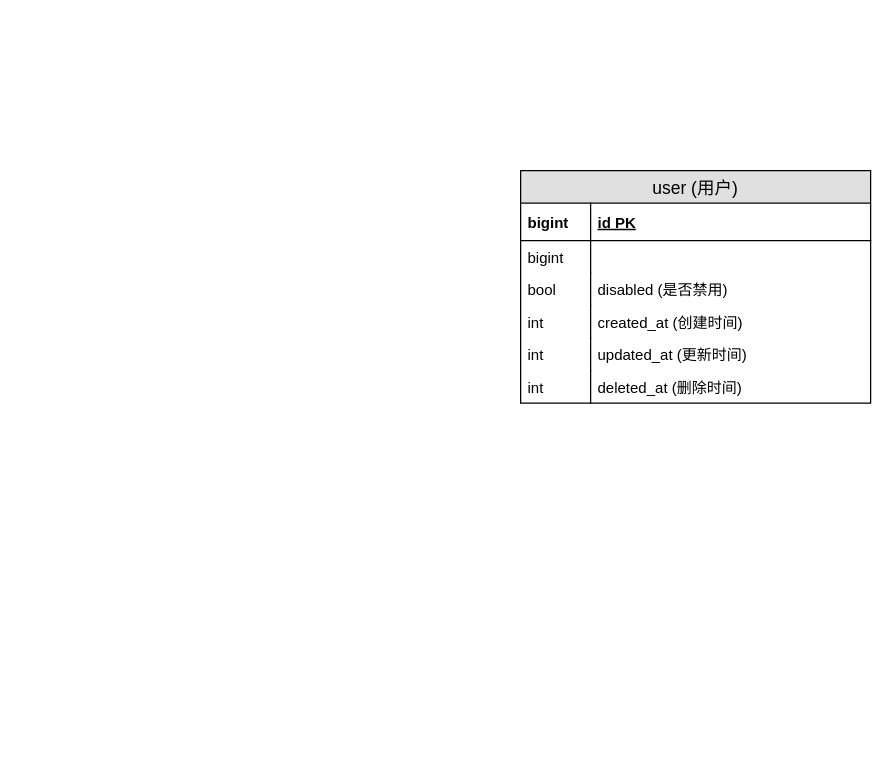
The draw.io diagram page "用户" (2 of 2) of 用户.drawio in HuangYongXuan/saas-draw, before the edit. Source tidied: cells renumbered, new cells numbered last; positions are measured from the earlier drawing's top-left corner, leaving out a move shared by most shapes. Both pictures are drawn from the tidied source at 125%, with x=0, y=0 at pixel (520, 170).
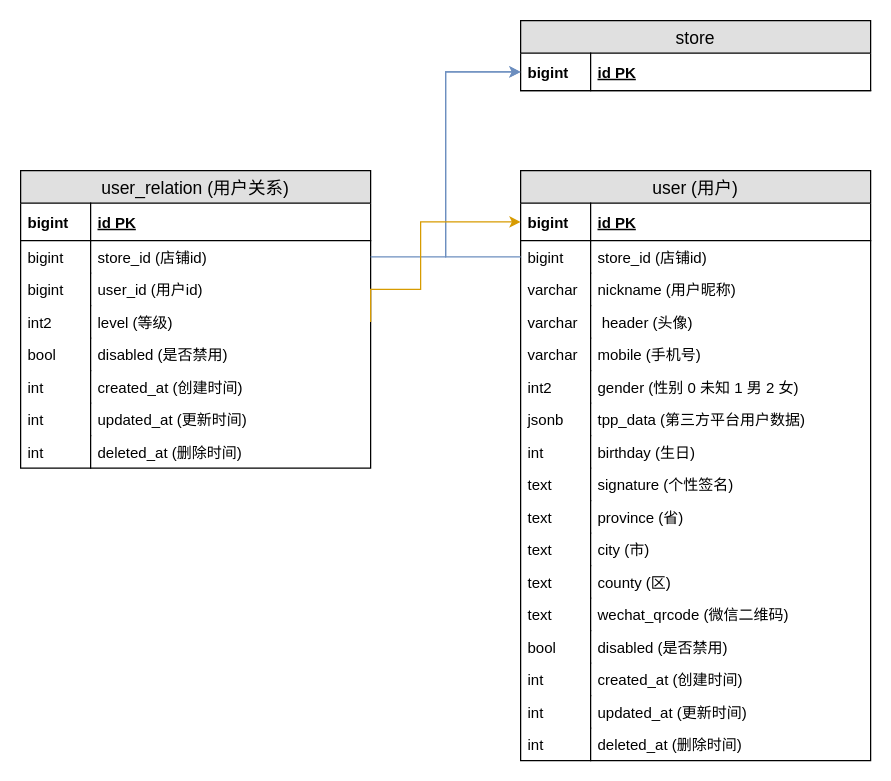
Above is the later version.

The edit, as a diff of the source:
```diff
@@
     <mxCell id="2" value="user (用户)" style="swimlane;fontStyle=0;horizontal=1;startSize=26;fillColor=#e0e0e0;swimlaneFillColor=#ffffff;align=center;fontSize=14;" parent="1" vertex="1">
-      <mxGeometry width="280" height="186" as="geometry" />
+      <mxGeometry width="280" height="472" as="geometry" />
     </mxCell>
-    <mxCell id="3" value="id PK" style="shape=partialRectangle;top=0;left=0;right=0;bottom=1;align=left;verticalAlign=middle;fillColor=none;spacingLeft=60;spacingRight=4;overflow=hidden;fontStyle=5;fontSize=12;" parent="2" vertex="1">
-      <mxGeometry y="26" width="280" height="30" as="geometry" />
-    </mxCell>
-    <mxCell id="4" value="bigint" style="shape=partialRectangle;fontStyle=1;top=0;left=0;bottom=0;fillColor=none;align=left;verticalAlign=middle;spacingLeft=4;spacingRight=4;overflow=hidden;fontSize=12;" parent="3" vertex="1">
-      <mxGeometry width="56" height="30" as="geometry" />
-    </mxCell>
-    <mxCell id="5" style="shape=partialRectangle;top=0;left=0;right=0;bottom=0;align=left;verticalAlign=top;fillColor=none;spacingLeft=60;spacingRight=4;overflow=hidden;fontSize=12;" parent="2" vertex="1">
-      <mxGeometry y="56" width="280" height="26" as="geometry" />
-    </mxCell>
-    <mxCell id="6" value="bigint" style="shape=partialRectangle;top=0;left=0;bottom=0;fillColor=none;align=left;verticalAlign=top;spacingLeft=4;spacingRight=4;overflow=hidden;fontSize=12;" parent="5" vertex="1">
-      <mxGeometry width="56" height="26" as="geometry" />
-    </mxCell>
-    <mxCell id="7" value="disabled (是否禁用)" style="shape=partialRectangle;top=0;left=0;right=0;bottom=0;align=left;verticalAlign=top;fillColor=none;spacingLeft=60;spacingRight=4;overflow=hidden;fontSize=12;" parent="2" vertex="1">
-      <mxGeometry y="82" width="280" height="26" as="geometry" />
-    </mxCell>
-    <mxCell id="8" value="bool" style="shape=partialRectangle;top=0;left=0;bottom=0;fillColor=none;align=left;verticalAlign=top;spacingLeft=4;spacingRight=4;overflow=hidden;fontSize=12;" parent="7" vertex="1">
-      <mxGeometry width="56" height="26" as="geometry" />
-    </mxCell>
-    <mxCell id="9" value="created_at (创建时间)" style="shape=partialRectangle;top=0;left=0;right=0;bottom=0;align=left;verticalAlign=top;fillColor=none;spacingLeft=60;spacingRight=4;overflow=hidden;fontSize=12;" parent="2" vertex="1">
-      <mxGeometry y="108" width="280" height="26" as="geometry" />
-    </mxCell>
-    <mxCell id="10" value="int" style="shape=partialRectangle;top=0;left=0;bottom=0;fillColor=none;align=left;verticalAlign=top;spacingLeft=4;spacingRight=4;overflow=hidden;fontSize=12;" parent="9" vertex="1">
-      <mxGeometry width="56" height="26" as="geometry" />
-    </mxCell>
-    <mxCell id="11" value="updated_at (更新时间)" style="shape=partialRectangle;top=0;left=0;right=0;bottom=0;align=left;verticalAlign=top;fillColor=none;spacingLeft=60;spacingRight=4;overflow=hidden;fontSize=12;" parent="2" vertex="1">
-      <mxGeometry y="134" width="280" height="26" as="geometry" />
-    </mxCell>
-    <mxCell id="12" value="int" style="shape=partialRectangle;top=0;left=0;bottom=0;fillColor=none;align=left;verticalAlign=top;spacingLeft=4;spacingRight=4;overflow=hidden;fontSize=12;" parent="11" vertex="1">
-      <mxGeometry width="56" height="26" as="geometry" />
-    </mxCell>
-    <mxCell id="13" value="deleted_at (删除时间)" style="shape=partialRectangle;top=0;left=0;right=0;bottom=0;align=left;verticalAlign=top;fillColor=none;spacingLeft=60;spacingRight=4;overflow=hidden;fontSize=12;" parent="2" vertex="1">
-      <mxGeometry y="160" width="280" height="26" as="geometry" />
-    </mxCell>
-    <mxCell id="14" value="int" style="shape=partialRectangle;top=0;left=0;bottom=0;fillColor=none;align=left;verticalAlign=top;spacingLeft=4;spacingRight=4;overflow=hidden;fontSize=12;" parent="13" vertex="1">
-      <mxGeometry width="56" height="26" as="geometry" />
-    </mxCell>
+    <mxCell id="15" value="id PK" style="shape=partialRectangle;top=0;left=0;right=0;bottom=1;align=left;verticalAlign=middle;fillColor=none;spacingLeft=60;spacingRight=4;overflow=hidden;points=[[0,0.5],[1,0.5]];portConstraint=eastwest;fontStyle=5;fontSize=12;" parent="2" vertex="1">
+      <mxGeometry y="26" width="280" height="30" as="geometry" />
+    </mxCell>
+    <mxCell id="16" value="bigint" style="shape=partialRectangle;fontStyle=1;top=0;left=0;bottom=0;fillColor=none;align=left;verticalAlign=middle;spacingLeft=4;spacingRight=4;overflow=hidden;fontSize=12;" parent="15" vertex="1">
+      <mxGeometry width="56" height="30" as="geometry" />
+    </mxCell>
+    <mxCell id="17" value="store_id (店铺id)" style="shape=partialRectangle;top=0;left=0;right=0;bottom=0;align=left;verticalAlign=top;fillColor=none;spacingLeft=60;spacingRight=4;overflow=hidden;points=[[0,0.5],[1,0.5]];portConstraint=eastwest;fontSize=12;" parent="2" vertex="1">
+      <mxGeometry y="56" width="280" height="26" as="geometry" />
+    </mxCell>
+    <mxCell id="18" value="bigint" style="shape=partialRectangle;top=0;left=0;bottom=0;fillColor=none;align=left;verticalAlign=top;spacingLeft=4;spacingRight=4;overflow=hidden;fontSize=12;" parent="17" vertex="1">
+      <mxGeometry width="56" height="26" as="geometry" />
+    </mxCell>
+    <mxCell id="19" value="nickname (用户昵称)" style="shape=partialRectangle;top=0;left=0;right=0;bottom=0;align=left;verticalAlign=top;fillColor=none;spacingLeft=60;spacingRight=4;overflow=hidden;fontSize=12;" parent="2" vertex="1">
+      <mxGeometry y="82" width="280" height="26" as="geometry" />
+    </mxCell>
+    <mxCell id="20" value="varchar" style="shape=partialRectangle;top=0;left=0;bottom=0;fillColor=none;align=left;verticalAlign=top;spacingLeft=4;spacingRight=4;overflow=hidden;fontSize=12;" parent="19" vertex="1">
+      <mxGeometry width="56" height="26" as="geometry" />
+    </mxCell>
+    <mxCell id="21" value=" header (头像)" style="shape=partialRectangle;top=0;left=0;right=0;bottom=0;align=left;verticalAlign=top;fillColor=none;spacingLeft=60;spacingRight=4;overflow=hidden;fontSize=12;" parent="2" vertex="1">
+      <mxGeometry y="108" width="280" height="26" as="geometry" />
+    </mxCell>
+    <mxCell id="22" value="varchar" style="shape=partialRectangle;top=0;left=0;bottom=0;fillColor=none;align=left;verticalAlign=top;spacingLeft=4;spacingRight=4;overflow=hidden;fontSize=12;" parent="21" vertex="1">
+      <mxGeometry width="56" height="26" as="geometry" />
+    </mxCell>
+    <mxCell id="23" value="mobile (手机号)" style="shape=partialRectangle;top=0;left=0;right=0;bottom=0;align=left;verticalAlign=top;fillColor=none;spacingLeft=60;spacingRight=4;overflow=hidden;fontSize=12;" parent="2" vertex="1">
+      <mxGeometry y="134" width="280" height="26" as="geometry" />
+    </mxCell>
+    <mxCell id="24" value="varchar" style="shape=partialRectangle;top=0;left=0;bottom=0;fillColor=none;align=left;verticalAlign=top;spacingLeft=4;spacingRight=4;overflow=hidden;fontSize=12;" parent="23" vertex="1">
+      <mxGeometry width="56" height="26" as="geometry" />
+    </mxCell>
+    <mxCell id="25" value="gender (性别 0 未知 1 男 2 女)" style="shape=partialRectangle;top=0;left=0;right=0;bottom=0;align=left;verticalAlign=top;fillColor=none;spacingLeft=60;spacingRight=4;overflow=hidden;fontSize=12;" parent="2" vertex="1">
+      <mxGeometry y="160" width="280" height="26" as="geometry" />
+    </mxCell>
+    <mxCell id="26" value="int2" style="shape=partialRectangle;top=0;left=0;bottom=0;fillColor=none;align=left;verticalAlign=top;spacingLeft=4;spacingRight=4;overflow=hidden;fontSize=12;" parent="25" vertex="1">
+      <mxGeometry width="56" height="26" as="geometry" />
+    </mxCell>
+    <mxCell id="27" value="tpp_data (第三方平台用户数据)" style="shape=partialRectangle;top=0;left=0;right=0;bottom=0;align=left;verticalAlign=top;fillColor=none;spacingLeft=60;spacingRight=4;overflow=hidden;fontSize=12;" parent="2" vertex="1">
+      <mxGeometry y="186" width="280" height="26" as="geometry" />
+    </mxCell>
+    <mxCell id="28" value="jsonb" style="shape=partialRectangle;top=0;left=0;bottom=0;fillColor=none;align=left;verticalAlign=top;spacingLeft=4;spacingRight=4;overflow=hidden;fontSize=12;" parent="27" vertex="1">
+      <mxGeometry width="56" height="26" as="geometry" />
+    </mxCell>
+    <mxCell id="29" value="birthday (生日)" style="shape=partialRectangle;top=0;left=0;right=0;bottom=0;align=left;verticalAlign=top;fillColor=none;spacingLeft=60;spacingRight=4;overflow=hidden;fontSize=12;" parent="2" vertex="1">
+      <mxGeometry y="212" width="280" height="26" as="geometry" />
+    </mxCell>
+    <mxCell id="30" value="int" style="shape=partialRectangle;top=0;left=0;bottom=0;fillColor=none;align=left;verticalAlign=top;spacingLeft=4;spacingRight=4;overflow=hidden;fontSize=12;" parent="29" vertex="1">
+      <mxGeometry width="56" height="26" as="geometry" />
+    </mxCell>
+    <mxCell id="31" value="signature (个性签名)" style="shape=partialRectangle;top=0;left=0;right=0;bottom=0;align=left;verticalAlign=top;fillColor=none;spacingLeft=60;spacingRight=4;overflow=hidden;fontSize=12;" parent="2" vertex="1">
+      <mxGeometry y="238" width="280" height="26" as="geometry" />
+    </mxCell>
+    <mxCell id="32" value="text" style="shape=partialRectangle;top=0;left=0;bottom=0;fillColor=none;align=left;verticalAlign=top;spacingLeft=4;spacingRight=4;overflow=hidden;fontSize=12;" parent="31" vertex="1">
+      <mxGeometry width="56" height="26" as="geometry" />
+    </mxCell>
+    <mxCell id="33" value="province (省)" style="shape=partialRectangle;top=0;left=0;right=0;bottom=0;align=left;verticalAlign=top;fillColor=none;spacingLeft=60;spacingRight=4;overflow=hidden;fontSize=12;" parent="2" vertex="1">
+      <mxGeometry y="264" width="280" height="26" as="geometry" />
+    </mxCell>
+    <mxCell id="34" value="text" style="shape=partialRectangle;top=0;left=0;bottom=0;fillColor=none;align=left;verticalAlign=top;spacingLeft=4;spacingRight=4;overflow=hidden;fontSize=12;" parent="33" vertex="1">
+      <mxGeometry width="56" height="26" as="geometry" />
+    </mxCell>
+    <mxCell id="35" value="city (市)" style="shape=partialRectangle;top=0;left=0;right=0;bottom=0;align=left;verticalAlign=top;fillColor=none;spacingLeft=60;spacingRight=4;overflow=hidden;fontSize=12;" parent="2" vertex="1">
+      <mxGeometry y="290" width="280" height="26" as="geometry" />
+    </mxCell>
+    <mxCell id="36" value="text" style="shape=partialRectangle;top=0;left=0;bottom=0;fillColor=none;align=left;verticalAlign=top;spacingLeft=4;spacingRight=4;overflow=hidden;fontSize=12;" parent="35" vertex="1">
+      <mxGeometry width="56" height="26" as="geometry" />
+    </mxCell>
+    <mxCell id="37" value="county (区)" style="shape=partialRectangle;top=0;left=0;right=0;bottom=0;align=left;verticalAlign=top;fillColor=none;spacingLeft=60;spacingRight=4;overflow=hidden;fontSize=12;" parent="2" vertex="1">
+      <mxGeometry y="316" width="280" height="26" as="geometry" />
+    </mxCell>
+    <mxCell id="38" value="text" style="shape=partialRectangle;top=0;left=0;bottom=0;fillColor=none;align=left;verticalAlign=top;spacingLeft=4;spacingRight=4;overflow=hidden;fontSize=12;" parent="37" vertex="1">
+      <mxGeometry width="56" height="26" as="geometry" />
+    </mxCell>
+    <mxCell id="39" value="wechat_qrcode (微信二维码)" style="shape=partialRectangle;top=0;left=0;right=0;bottom=0;align=left;verticalAlign=top;fillColor=none;spacingLeft=60;spacingRight=4;overflow=hidden;fontSize=12;" parent="2" vertex="1">
+      <mxGeometry y="342" width="280" height="26" as="geometry" />
+    </mxCell>
+    <mxCell id="40" value="text" style="shape=partialRectangle;top=0;left=0;bottom=0;fillColor=none;align=left;verticalAlign=top;spacingLeft=4;spacingRight=4;overflow=hidden;fontSize=12;" parent="39" vertex="1">
+      <mxGeometry width="56" height="26" as="geometry" />
+    </mxCell>
+    <mxCell id="41" value="disabled (是否禁用)" style="shape=partialRectangle;top=0;left=0;right=0;bottom=0;align=left;verticalAlign=top;fillColor=none;spacingLeft=60;spacingRight=4;overflow=hidden;fontSize=12;" parent="2" vertex="1">
+      <mxGeometry y="368" width="280" height="26" as="geometry" />
+    </mxCell>
+    <mxCell id="42" value="bool" style="shape=partialRectangle;top=0;left=0;bottom=0;fillColor=none;align=left;verticalAlign=top;spacingLeft=4;spacingRight=4;overflow=hidden;fontSize=12;" parent="41" vertex="1">
+      <mxGeometry width="56" height="26" as="geometry" />
+    </mxCell>
+    <mxCell id="43" value="created_at (创建时间)" style="shape=partialRectangle;top=0;left=0;right=0;bottom=0;align=left;verticalAlign=top;fillColor=none;spacingLeft=60;spacingRight=4;overflow=hidden;fontSize=12;" parent="2" vertex="1">
+      <mxGeometry y="394" width="280" height="26" as="geometry" />
+    </mxCell>
+    <mxCell id="44" value="int" style="shape=partialRectangle;top=0;left=0;bottom=0;fillColor=none;align=left;verticalAlign=top;spacingLeft=4;spacingRight=4;overflow=hidden;fontSize=12;" parent="43" vertex="1">
+      <mxGeometry width="56" height="26" as="geometry" />
+    </mxCell>
+    <mxCell id="45" value="updated_at (更新时间)" style="shape=partialRectangle;top=0;left=0;right=0;bottom=0;align=left;verticalAlign=top;fillColor=none;spacingLeft=60;spacingRight=4;overflow=hidden;fontSize=12;" parent="2" vertex="1">
+      <mxGeometry y="420" width="280" height="26" as="geometry" />
+    </mxCell>
+    <mxCell id="46" value="int" style="shape=partialRectangle;top=0;left=0;bottom=0;fillColor=none;align=left;verticalAlign=top;spacingLeft=4;spacingRight=4;overflow=hidden;fontSize=12;" parent="45" vertex="1">
+      <mxGeometry width="56" height="26" as="geometry" />
+    </mxCell>
+    <mxCell id="47" value="deleted_at (删除时间)" style="shape=partialRectangle;top=0;left=0;right=0;bottom=0;align=left;verticalAlign=top;fillColor=none;spacingLeft=60;spacingRight=4;overflow=hidden;fontSize=12;" parent="2" vertex="1">
+      <mxGeometry y="446" width="280" height="26" as="geometry" />
+    </mxCell>
+    <mxCell id="48" value="int" style="shape=partialRectangle;top=0;left=0;bottom=0;fillColor=none;align=left;verticalAlign=top;spacingLeft=4;spacingRight=4;overflow=hidden;fontSize=12;" parent="47" vertex="1">
+      <mxGeometry width="56" height="26" as="geometry" />
+    </mxCell>
+    <mxCell id="49" value="user_relation (用户关系)" style="swimlane;fontStyle=0;horizontal=1;startSize=26;fillColor=#e0e0e0;swimlaneFillColor=#ffffff;align=center;fontSize=14;" parent="1" vertex="1">
+      <mxGeometry x="-400" width="280" height="238" as="geometry" />
+    </mxCell>
+    <mxCell id="50" value="id PK" style="shape=partialRectangle;top=0;left=0;right=0;bottom=1;align=left;verticalAlign=middle;fillColor=none;spacingLeft=60;spacingRight=4;overflow=hidden;fontStyle=5;fontSize=12;" parent="49" vertex="1">
+      <mxGeometry y="26" width="280" height="30" as="geometry" />
+    </mxCell>
+    <mxCell id="51" value="bigint" style="shape=partialRectangle;fontStyle=1;top=0;left=0;bottom=0;fillColor=none;align=left;verticalAlign=middle;spacingLeft=4;spacingRight=4;overflow=hidden;fontSize=12;" parent="50" vertex="1">
+      <mxGeometry width="56" height="30" as="geometry" />
+    </mxCell>
+    <mxCell id="52" value="store_id (店铺id)" style="shape=partialRectangle;top=0;left=0;right=0;bottom=0;align=left;verticalAlign=top;fillColor=none;spacingLeft=60;spacingRight=4;overflow=hidden;points=[[0,0.5],[1,0.5]];portConstraint=eastwest;fontSize=12;" parent="49" vertex="1">
+      <mxGeometry y="56" width="280" height="26" as="geometry" />
+    </mxCell>
+    <mxCell id="53" value="bigint" style="shape=partialRectangle;top=0;left=0;bottom=0;fillColor=none;align=left;verticalAlign=top;spacingLeft=4;spacingRight=4;overflow=hidden;fontSize=12;" parent="52" vertex="1">
+      <mxGeometry width="56" height="26" as="geometry" />
+    </mxCell>
+    <mxCell id="54" value="user_id (用户id) " style="shape=partialRectangle;top=0;left=0;right=0;bottom=0;align=left;verticalAlign=top;fillColor=none;spacingLeft=60;spacingRight=4;overflow=hidden;fontSize=12;" parent="49" vertex="1">
+      <mxGeometry y="82" width="280" height="26" as="geometry" />
+    </mxCell>
+    <mxCell id="55" value="bigint" style="shape=partialRectangle;top=0;left=0;bottom=0;fillColor=none;align=left;verticalAlign=top;spacingLeft=4;spacingRight=4;overflow=hidden;fontSize=12;" parent="54" vertex="1">
+      <mxGeometry width="56" height="26" as="geometry" />
+    </mxCell>
+    <mxCell id="56" value="level (等级)" style="shape=partialRectangle;top=0;left=0;right=0;bottom=0;align=left;verticalAlign=top;fillColor=none;spacingLeft=60;spacingRight=4;overflow=hidden;points=[[0,0.5],[1,0.5]];portConstraint=eastwest;fontSize=12;" parent="49" vertex="1">
+      <mxGeometry y="108" width="280" height="26" as="geometry" />
+    </mxCell>
+    <mxCell id="57" value="int2" style="shape=partialRectangle;top=0;left=0;bottom=0;fillColor=none;align=left;verticalAlign=top;spacingLeft=4;spacingRight=4;overflow=hidden;fontSize=12;" parent="56" vertex="1">
+      <mxGeometry width="56" height="26" as="geometry" />
+    </mxCell>
+    <mxCell id="58" value="disabled (是否禁用)" style="shape=partialRectangle;top=0;left=0;right=0;bottom=0;align=left;verticalAlign=top;fillColor=none;spacingLeft=60;spacingRight=4;overflow=hidden;fontSize=12;" parent="49" vertex="1">
+      <mxGeometry y="134" width="280" height="26" as="geometry" />
+    </mxCell>
+    <mxCell id="59" value="bool" style="shape=partialRectangle;top=0;left=0;bottom=0;fillColor=none;align=left;verticalAlign=top;spacingLeft=4;spacingRight=4;overflow=hidden;fontSize=12;" parent="58" vertex="1">
+      <mxGeometry width="56" height="26" as="geometry" />
+    </mxCell>
+    <mxCell id="60" value="created_at (创建时间)" style="shape=partialRectangle;top=0;left=0;right=0;bottom=0;align=left;verticalAlign=top;fillColor=none;spacingLeft=60;spacingRight=4;overflow=hidden;fontSize=12;" parent="49" vertex="1">
+      <mxGeometry y="160" width="280" height="26" as="geometry" />
+    </mxCell>
+    <mxCell id="61" value="int" style="shape=partialRectangle;top=0;left=0;bottom=0;fillColor=none;align=left;verticalAlign=top;spacingLeft=4;spacingRight=4;overflow=hidden;fontSize=12;" parent="60" vertex="1">
+      <mxGeometry width="56" height="26" as="geometry" />
+    </mxCell>
+    <mxCell id="62" value="updated_at (更新时间)" style="shape=partialRectangle;top=0;left=0;right=0;bottom=0;align=left;verticalAlign=top;fillColor=none;spacingLeft=60;spacingRight=4;overflow=hidden;fontSize=12;" parent="49" vertex="1">
+      <mxGeometry y="186" width="280" height="26" as="geometry" />
+    </mxCell>
+    <mxCell id="63" value="int" style="shape=partialRectangle;top=0;left=0;bottom=0;fillColor=none;align=left;verticalAlign=top;spacingLeft=4;spacingRight=4;overflow=hidden;fontSize=12;" parent="62" vertex="1">
+      <mxGeometry width="56" height="26" as="geometry" />
+    </mxCell>
+    <mxCell id="64" value="deleted_at (删除时间)" style="shape=partialRectangle;top=0;left=0;right=0;bottom=0;align=left;verticalAlign=top;fillColor=none;spacingLeft=60;spacingRight=4;overflow=hidden;fontSize=12;" parent="49" vertex="1">
+      <mxGeometry y="212" width="280" height="26" as="geometry" />
+    </mxCell>
+    <mxCell id="65" value="int" style="shape=partialRectangle;top=0;left=0;bottom=0;fillColor=none;align=left;verticalAlign=top;spacingLeft=4;spacingRight=4;overflow=hidden;fontSize=12;" parent="64" vertex="1">
+      <mxGeometry width="56" height="26" as="geometry" />
+    </mxCell>
+    <mxCell id="66" value="store" style="swimlane;fontStyle=0;horizontal=1;startSize=26;fillColor=#e0e0e0;swimlaneFillColor=#ffffff;align=center;fontSize=14;" parent="1" vertex="1">
+      <mxGeometry y="-120" width="280" height="56" as="geometry" />
+    </mxCell>
+    <mxCell id="67" value="id PK" style="shape=partialRectangle;top=0;left=0;right=0;bottom=1;align=left;verticalAlign=middle;fillColor=none;spacingLeft=60;spacingRight=4;overflow=hidden;points=[[0,0.5],[1,0.5]];portConstraint=eastwest;fontStyle=5;fontSize=12;" parent="66" vertex="1">
+      <mxGeometry y="26" width="280" height="30" as="geometry" />
+    </mxCell>
+    <mxCell id="68" value="bigint" style="shape=partialRectangle;fontStyle=1;top=0;left=0;bottom=0;fillColor=none;align=left;verticalAlign=middle;spacingLeft=4;spacingRight=4;overflow=hidden;fontSize=12;" parent="67" vertex="1">
+      <mxGeometry width="56" height="30" as="geometry" />
+    </mxCell>
+    <mxCell id="69" style="edgeStyle=orthogonalEdgeStyle;rounded=0;jettySize=auto;html=1;exitX=1;exitY=0.5;exitDx=0;exitDy=0;entryX=0;entryY=0.5;entryDx=0;entryDy=0;fillColor=#dae8fc;strokeColor=#6c8ebf;" parent="1" edge="1" source="52" target="67">
+      <mxGeometry relative="1" as="geometry" />
+    </mxCell>
+    <mxCell id="70" style="edgeStyle=orthogonalEdgeStyle;rounded=0;jettySize=auto;html=1;exitX=0;exitY=0.5;exitDx=0;exitDy=0;entryX=0;entryY=0.5;entryDx=0;entryDy=0;fillColor=#dae8fc;strokeColor=#6c8ebf;" parent="1" edge="1" source="17" target="67">
+      <mxGeometry relative="1" as="geometry">
+        <Array as="points">
+          <mxPoint x="-60" y="69" />
+          <mxPoint x="-60" y="-79" />
+        </Array>
+      </mxGeometry>
+    </mxCell>
+    <mxCell id="71" style="edgeStyle=orthogonalEdgeStyle;rounded=0;jettySize=auto;html=1;exitX=1;exitY=0.5;exitDx=0;exitDy=0;entryX=0;entryY=0.5;entryDx=0;entryDy=0;fillColor=#ffe6cc;strokeColor=#d79b00;" parent="1" edge="1" source="56" target="15">
+      <mxGeometry relative="1" as="geometry">
+        <Array as="points">
+          <mxPoint x="-80" y="95" />
+          <mxPoint x="-80" y="41" />
+        </Array>
+      </mxGeometry>
+    </mxCell>
```
